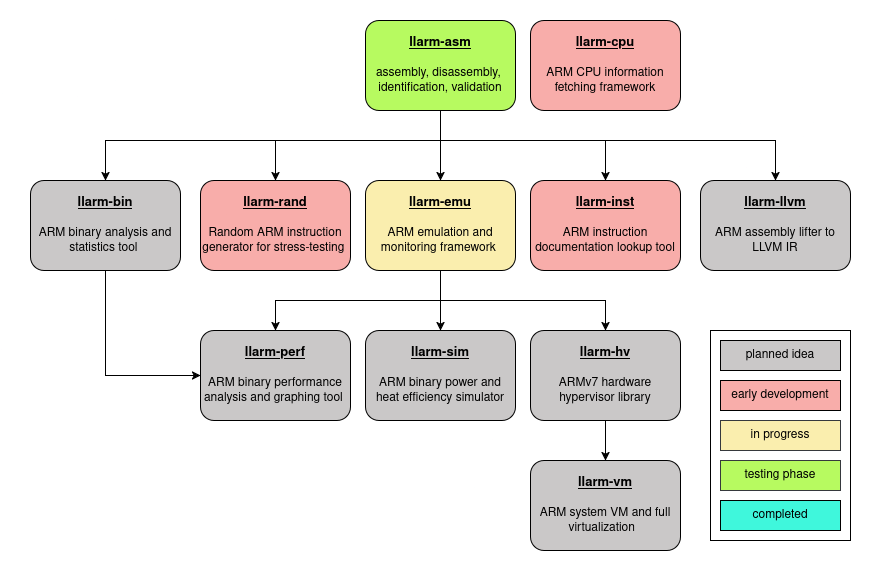
Earlier version of the draw.io export assets/roadmap/llarm_roadmap.png (kernelwernel/llarm). Source tidied: cells renumbered, new cells last; positions are measured from the earlier drawing's top-left corner, leaving out a move shared by most shapes.
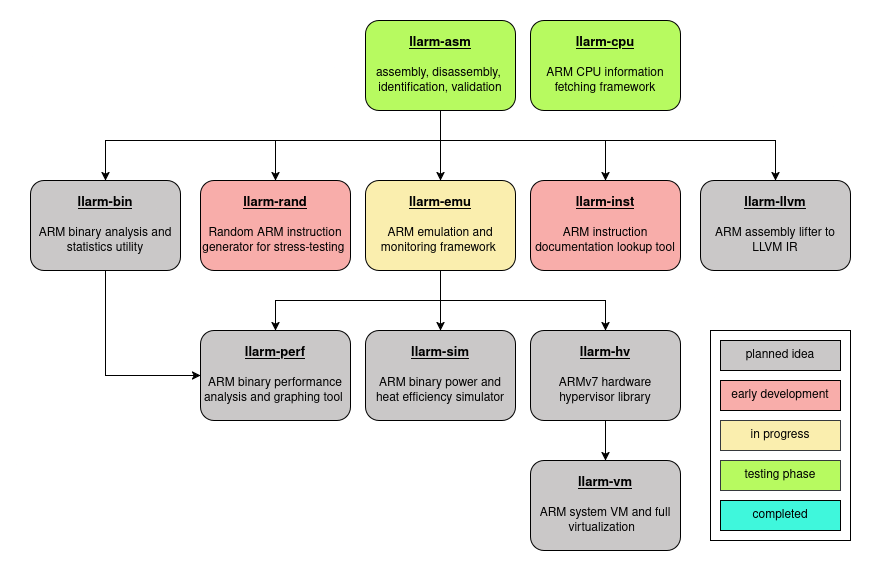
The same file after the commit.

Change to the diagram source:
```diff
@@ -79,7 +79,7 @@
     <mxCell id="20" style="edgeStyle=orthogonalEdgeStyle;rounded=0;jettySize=auto;html=1;exitX=0.5;exitY=1;exitDx=0;exitDy=0;entryX=0;entryY=0.5;entryDx=0;entryDy=0;" parent="1" edge="1" source="21" target="22">
       <mxGeometry relative="1" as="geometry" />
     </mxCell>
-    <mxCell id="21" value="&lt;div&gt;&lt;font style=&quot;font-size: 13px;&quot;&gt;&lt;b&gt;&lt;u&gt;llarm-bin&lt;br&gt;&lt;br&gt;&lt;/u&gt;&lt;/b&gt;&lt;/font&gt;&lt;/div&gt;ARM binary analysis and statistics tool&amp;nbsp;" style="rounded=1;whiteSpace=wrap;html=1;fillColor=#CAC8C8;strokeColor=#000000;" parent="1" vertex="1">
+    <mxCell id="21" value="&lt;div&gt;&lt;font style=&quot;font-size: 13px;&quot;&gt;&lt;b&gt;&lt;u&gt;llarm-bin&lt;br&gt;&lt;br&gt;&lt;/u&gt;&lt;/b&gt;&lt;/font&gt;&lt;/div&gt;ARM binary analysis and statistics utility" style="rounded=1;whiteSpace=wrap;html=1;fillColor=#CAC8C8;strokeColor=#000000;" parent="1" vertex="1">
       <mxGeometry x="30" y="180" width="150" height="90" as="geometry" />
     </mxCell>
     <mxCell id="22" value="&lt;div&gt;&lt;font style=&quot;font-size: 13px;&quot;&gt;&lt;b&gt;&lt;u&gt;llarm-perf&lt;br&gt;&lt;br&gt;&lt;/u&gt;&lt;/b&gt;&lt;/font&gt;&lt;/div&gt;ARM binary performance analysis and graphing tool&amp;nbsp;" style="rounded=1;whiteSpace=wrap;html=1;fillColor=#CAC8C8;strokeColor=#000000;" parent="1" vertex="1">
@@ -113,7 +113,7 @@
     <mxCell id="28" style="endArrow=classic;html=1;rounded=0;exitX=0.5;exitY=1;exitDx=0;exitDy=0;entryX=0.5;entryY=0;entryDx=0;entryDy=0;" parent="1" edge="1" source="24" target="25">
       <mxGeometry relative="1" as="geometry" />
     </mxCell>
-    <mxCell id="29" value="&lt;div&gt;&lt;font style=&quot;font-size: 13px;&quot;&gt;&lt;b&gt;&lt;u&gt;llarm-cpu&lt;/u&gt;&lt;/b&gt;&lt;/font&gt;&lt;/div&gt;&lt;div&gt;&lt;font style=&quot;font-size: 13px;&quot;&gt;&lt;b&gt;&lt;u&gt;&lt;br&gt;&lt;/u&gt;&lt;/b&gt;&lt;/font&gt;&lt;/div&gt;ARM CPU information fetching framework" style="rounded=1;whiteSpace=wrap;html=1;fillColor=#F8ADAA;strokeColor=#000000;" parent="1" vertex="1">
+    <mxCell id="29" value="&lt;div&gt;&lt;font style=&quot;font-size: 13px;&quot;&gt;&lt;b&gt;&lt;u&gt;llarm-cpu&lt;/u&gt;&lt;/b&gt;&lt;/font&gt;&lt;/div&gt;&lt;div&gt;&lt;font style=&quot;font-size: 13px;&quot;&gt;&lt;b&gt;&lt;u&gt;&lt;br&gt;&lt;/u&gt;&lt;/b&gt;&lt;/font&gt;&lt;/div&gt;ARM CPU information fetching framework" style="rounded=1;whiteSpace=wrap;html=1;fillColor=#B7FA60;strokeColor=#000000;" parent="1" vertex="1">
       <mxGeometry x="530" y="20" width="150" height="90" as="geometry" />
     </mxCell>
   </root>
```
